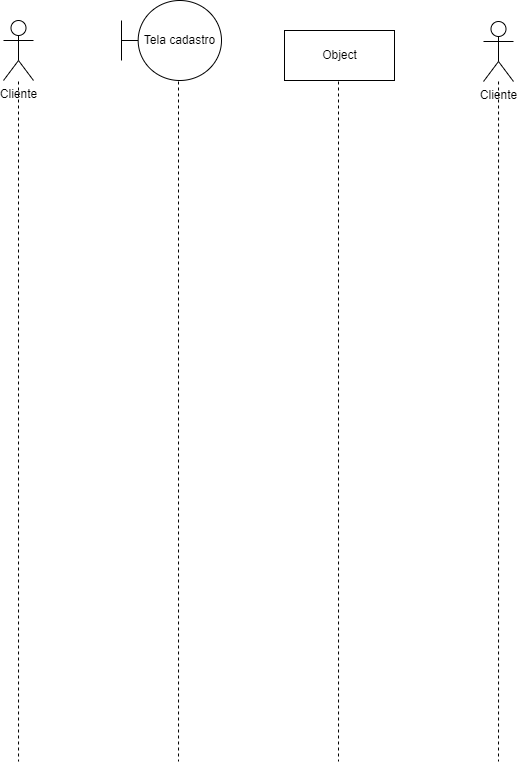
Before: MarketDiagramasDeSequencia/MarketSequencia01.drawio.png, a diagram exported from draw.io (EijiDogen/FEI_MDSMarket). Source tidied: cells renumbered, new cells last; positions are measured from the earlier drawing's top-left corner, leaving out a move shared by most shapes.
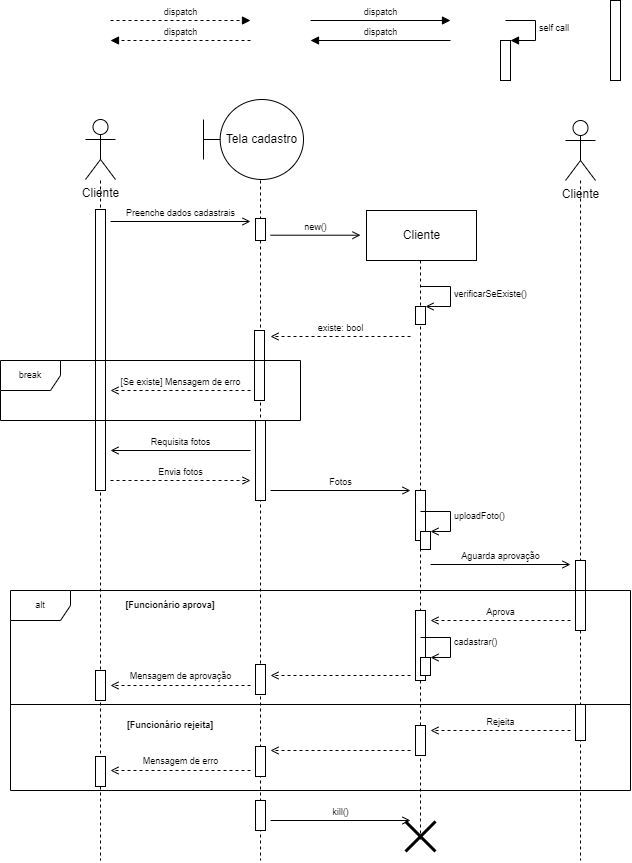
After the commit.

Change to the diagram source:
```diff
@@ -1,7 +1,7 @@
 <mxGraphModel>
   <root>
     <mxCell id="0" />
-    <mxCell id="1" parent="0" />
+    <mxCell id="1" value="Lifeline" parent="0" />
     <mxCell id="2" style="edgeStyle=orthogonalEdgeStyle;rounded=0;orthogonalLoop=1;jettySize=auto;html=1;dashed=1;endArrow=none;endFill=0;" parent="1" edge="1">
       <mxGeometry relative="1" as="geometry">
         <mxPoint x="15" y="81" as="sourcePoint" />
@@ -23,8 +23,8 @@
     </mxCell>
     <mxCell id="4" style="edgeStyle=orthogonalEdgeStyle;rounded=0;orthogonalLoop=1;jettySize=auto;html=1;dashed=1;endArrow=none;endFill=0;" parent="1" edge="1">
       <mxGeometry relative="1" as="geometry">
-        <mxPoint x="335" y="81" as="sourcePoint" />
-        <mxPoint x="335" y="761" as="targetPoint" />
+        <mxPoint x="335" y="161" as="sourcePoint" />
+        <mxPoint x="335" y="741" as="targetPoint" />
         <Array as="points">
           <mxPoint x="335" y="721" />
         </Array>
@@ -45,11 +45,245 @@
     <mxCell id="7" value="Tela cadastro" style="shape=umlBoundary;whiteSpace=wrap;html=1;" parent="1" vertex="1">
       <mxGeometry x="118" width="100" height="80" as="geometry" />
     </mxCell>
-    <mxCell id="8" value="Object" style="html=1;" parent="1" vertex="1">
-      <mxGeometry x="281" y="30" width="110" height="50" as="geometry" />
+    <mxCell id="8" value="Cliente" style="html=1;" parent="1" vertex="1">
+      <mxGeometry x="281" y="111" width="110" height="50" as="geometry" />
     </mxCell>
     <mxCell id="9" value="Cliente" style="shape=umlActor;verticalLabelPosition=bottom;verticalAlign=top;html=1;" parent="1" vertex="1">
       <mxGeometry x="480" y="21" width="30" height="60" as="geometry" />
     </mxCell>
+    <mxCell id="10" value="new()" style="html=1;verticalAlign=bottom;endArrow=open;rounded=0;fontSize=9;endFill=0;" parent="1" edge="1">
+      <mxGeometry relative="1" as="geometry">
+        <mxPoint x="185" y="135.7" as="sourcePoint" />
+        <mxPoint x="275" y="135.7" as="targetPoint" />
+      </mxGeometry>
+    </mxCell>
+    <mxCell id="11" value="Active" parent="0" />
+    <mxCell id="12" style="html=1;perimeter=orthogonalPerimeter;fontSize=9;" parent="11" vertex="1">
+      <mxGeometry x="525" y="-99" width="10" height="80" as="geometry" />
+    </mxCell>
+    <mxCell id="13" style="html=1;perimeter=orthogonalPerimeter;fontSize=9;" parent="11" vertex="1">
+      <mxGeometry x="10" y="110" width="10" height="281" as="geometry" />
+    </mxCell>
+    <mxCell id="14" style="html=1;perimeter=orthogonalPerimeter;fontSize=9;" parent="11" vertex="1">
+      <mxGeometry x="10" y="571" width="10" height="30" as="geometry" />
+    </mxCell>
+    <mxCell id="15" style="html=1;perimeter=orthogonalPerimeter;fontSize=9;" parent="11" vertex="1">
+      <mxGeometry x="10" y="657" width="10" height="30" as="geometry" />
+    </mxCell>
+    <mxCell id="16" style="html=1;perimeter=orthogonalPerimeter;fontSize=9;" parent="11" vertex="1">
+      <mxGeometry x="170" y="119" width="10" height="22" as="geometry" />
+    </mxCell>
+    <mxCell id="17" style="html=1;perimeter=orthogonalPerimeter;fontSize=9;" parent="11" vertex="1">
+      <mxGeometry x="169" y="231" width="10" height="70" as="geometry" />
+    </mxCell>
+    <mxCell id="18" style="html=1;perimeter=orthogonalPerimeter;fontSize=9;" parent="11" vertex="1">
+      <mxGeometry x="170" y="321" width="10" height="80" as="geometry" />
+    </mxCell>
+    <mxCell id="19" style="html=1;perimeter=orthogonalPerimeter;fontSize=9;" parent="11" vertex="1">
+      <mxGeometry x="330" y="391" width="10" height="50" as="geometry" />
+    </mxCell>
+    <mxCell id="20" style="html=1;perimeter=orthogonalPerimeter;fontSize=9;" parent="11" vertex="1">
+      <mxGeometry x="490" y="461" width="10" height="70" as="geometry" />
+    </mxCell>
+    <mxCell id="21" style="html=1;perimeter=orthogonalPerimeter;fontSize=9;" parent="11" vertex="1">
+      <mxGeometry x="490" y="605" width="10" height="36" as="geometry" />
+    </mxCell>
+    <mxCell id="22" style="html=1;perimeter=orthogonalPerimeter;fontSize=9;" parent="11" vertex="1">
+      <mxGeometry x="330" y="511" width="10" height="70" as="geometry" />
+    </mxCell>
+    <mxCell id="23" style="html=1;perimeter=orthogonalPerimeter;fontSize=9;" parent="11" vertex="1">
+      <mxGeometry x="330" y="626" width="10" height="30" as="geometry" />
+    </mxCell>
+    <mxCell id="24" style="html=1;perimeter=orthogonalPerimeter;fontSize=9;" parent="11" vertex="1">
+      <mxGeometry x="170" y="565" width="10" height="30" as="geometry" />
+    </mxCell>
+    <mxCell id="25" style="html=1;perimeter=orthogonalPerimeter;fontSize=9;" parent="11" vertex="1">
+      <mxGeometry x="170" y="647" width="10" height="30" as="geometry" />
+    </mxCell>
+    <mxCell id="26" style="html=1;perimeter=orthogonalPerimeter;fontSize=9;" parent="11" vertex="1">
+      <mxGeometry x="170" y="701" width="10" height="30" as="geometry" />
+    </mxCell>
+    <mxCell id="27" value="Frames" parent="0" />
+    <mxCell id="28" value="break" style="shape=umlFrame;whiteSpace=wrap;html=1;fontSize=9;" parent="27" vertex="1">
+      <mxGeometry x="-85" y="261" width="300" height="60" as="geometry" />
+    </mxCell>
+    <mxCell id="29" value="alt" style="shape=umlFrame;whiteSpace=wrap;html=1;fontSize=9;" parent="27" vertex="1">
+      <mxGeometry x="-75" y="491" width="620" height="200" as="geometry" />
+    </mxCell>
+    <mxCell id="30" style="line;strokeWidth=1;fillColor=none;align=left;verticalAlign=middle;spacingTop=-1;spacingLeft=3;spacingRight=3;labelPosition=right;fontSize=9;" parent="27" vertex="1">
+      <mxGeometry x="-75" y="601" width="620" height="8" as="geometry" />
+    </mxCell>
+    <mxCell id="31" value="[Funcionário rejeita]" style="text;html=1;strokeColor=none;fillColor=none;align=center;verticalAlign=middle;whiteSpace=wrap;rounded=0;fontSize=9;fontStyle=1;" parent="27" vertex="1">
+      <mxGeometry x="35" y="611" width="100" height="30" as="geometry" />
+    </mxCell>
+    <mxCell id="32" value="[Funcionário aprova]" style="text;html=1;strokeColor=none;fillColor=none;align=center;verticalAlign=middle;whiteSpace=wrap;rounded=0;fontSize=9;fontStyle=1;" parent="27" vertex="1">
+      <mxGeometry x="35" y="491" width="100" height="30" as="geometry" />
+    </mxCell>
+    <mxCell id="33" value="Messages" parent="0" />
+    <mxCell id="34" value="Preenche dados cadastrais" style="html=1;verticalAlign=bottom;endArrow=open;rounded=0;fontSize=9;endFill=0;" parent="33" edge="1">
+      <mxGeometry relative="1" as="geometry">
+        <mxPoint x="25" y="122" as="sourcePoint" />
+        <mxPoint x="165" y="122" as="targetPoint" />
+      </mxGeometry>
+    </mxCell>
+    <mxCell id="35" value="dispatch" style="html=1;verticalAlign=bottom;endArrow=block;rounded=0;fontSize=9;" parent="33" edge="1">
+      <mxGeometry relative="1" as="geometry">
+        <mxPoint x="225" y="-79" as="sourcePoint" />
+        <mxPoint x="365" y="-79" as="targetPoint" />
+      </mxGeometry>
+    </mxCell>
+    <mxCell id="36" value="dispatch" style="html=1;verticalAlign=bottom;endArrow=block;rounded=0;dashed=1;fontSize=9;" parent="33" edge="1">
+      <mxGeometry relative="1" as="geometry">
+        <mxPoint x="25" y="-79" as="sourcePoint" />
+        <mxPoint x="165" y="-79" as="targetPoint" />
+      </mxGeometry>
+    </mxCell>
+    <mxCell id="37" value="dispatch" style="html=1;verticalAlign=bottom;endArrow=block;rounded=0;fontSize=9;" parent="33" edge="1">
+      <mxGeometry relative="1" as="geometry">
+        <mxPoint x="365" y="-59" as="sourcePoint" />
+        <mxPoint x="225" y="-59" as="targetPoint" />
+      </mxGeometry>
+    </mxCell>
+    <mxCell id="38" value="dispatch" style="html=1;verticalAlign=bottom;endArrow=block;rounded=0;dashed=1;fontSize=9;" parent="33" edge="1">
+      <mxGeometry relative="1" as="geometry">
+        <mxPoint x="165" y="-59" as="sourcePoint" />
+        <mxPoint x="25" y="-59" as="targetPoint" />
+      </mxGeometry>
+    </mxCell>
+    <mxCell id="39" style="html=1;points=[];perimeter=orthogonalPerimeter;fontSize=9;" parent="33" vertex="1">
+      <mxGeometry x="330" y="207" width="10" height="18" as="geometry" />
+    </mxCell>
+    <mxCell id="40" value="verificarSeExiste()" style="edgeStyle=orthogonalEdgeStyle;html=1;align=left;spacingLeft=2;endArrow=open;rounded=0;entryX=1;entryY=0;fontSize=9;endFill=0;" parent="33" edge="1" target="39">
+      <mxGeometry relative="1" as="geometry">
+        <mxPoint x="335" y="187" as="sourcePoint" />
+        <Array as="points">
+          <mxPoint x="365" y="187" />
+        </Array>
+      </mxGeometry>
+    </mxCell>
+    <mxCell id="41" style="html=1;points=[];perimeter=orthogonalPerimeter;fontSize=9;" parent="33" vertex="1">
+      <mxGeometry x="415" y="-59" width="10" height="40" as="geometry" />
+    </mxCell>
+    <mxCell id="42" value="self call" style="edgeStyle=orthogonalEdgeStyle;html=1;align=left;spacingLeft=2;endArrow=block;rounded=0;entryX=1;entryY=0;fontSize=9;" parent="33" edge="1" target="41">
+      <mxGeometry relative="1" as="geometry">
+        <mxPoint x="420" y="-79" as="sourcePoint" />
+        <Array as="points">
+          <mxPoint x="450" y="-79" />
+        </Array>
+      </mxGeometry>
+    </mxCell>
+    <mxCell id="43" value="existe: bool" style="html=1;verticalAlign=bottom;endArrow=open;rounded=0;fontSize=9;dashed=1;endFill=0;" parent="33" edge="1">
+      <mxGeometry relative="1" as="geometry">
+        <mxPoint x="325" y="237" as="sourcePoint" />
+        <mxPoint x="185" y="237" as="targetPoint" />
+      </mxGeometry>
+    </mxCell>
+    <mxCell id="44" value="Requisita fotos" style="html=1;verticalAlign=bottom;endArrow=open;rounded=0;fontSize=9;endFill=0;" parent="33" edge="1">
+      <mxGeometry relative="1" as="geometry">
+        <mxPoint x="165" y="351" as="sourcePoint" />
+        <mxPoint x="25" y="351" as="targetPoint" />
+      </mxGeometry>
+    </mxCell>
+    <mxCell id="45" value="Envia fotos" style="html=1;verticalAlign=bottom;endArrow=open;rounded=0;dashed=1;fontSize=9;endFill=0;" parent="33" edge="1">
+      <mxGeometry relative="1" as="geometry">
+        <mxPoint x="25" y="381" as="sourcePoint" />
+        <mxPoint x="165" y="381" as="targetPoint" />
+      </mxGeometry>
+    </mxCell>
+    <mxCell id="46" value="Fotos" style="html=1;verticalAlign=bottom;endArrow=open;rounded=0;fontSize=9;endFill=0;" parent="33" edge="1">
+      <mxGeometry relative="1" as="geometry">
+        <mxPoint x="185" y="391" as="sourcePoint" />
+        <mxPoint x="325" y="391" as="targetPoint" />
+      </mxGeometry>
+    </mxCell>
+    <mxCell id="47" style="html=1;points=[];perimeter=orthogonalPerimeter;fontSize=9;" parent="33" vertex="1">
+      <mxGeometry x="335" y="432" width="10" height="18" as="geometry" />
+    </mxCell>
+    <mxCell id="48" value="uploadFoto()" style="edgeStyle=orthogonalEdgeStyle;html=1;align=left;spacingLeft=2;endArrow=open;rounded=0;entryX=1;entryY=0;fontSize=9;endFill=0;" parent="33" edge="1" target="47">
+      <mxGeometry relative="1" as="geometry">
+        <mxPoint x="335" y="412" as="sourcePoint" />
+        <Array as="points">
+          <mxPoint x="365" y="412" />
+        </Array>
+      </mxGeometry>
+    </mxCell>
+    <mxCell id="49" value="Aguarda aprovação" style="html=1;verticalAlign=bottom;endArrow=open;rounded=0;fontSize=9;endFill=0;" parent="33" edge="1">
+      <mxGeometry relative="1" as="geometry">
+        <mxPoint x="345" y="465" as="sourcePoint" />
+        <mxPoint x="485" y="465" as="targetPoint" />
+      </mxGeometry>
+    </mxCell>
+    <mxCell id="50" value="Aprova" style="html=1;verticalAlign=bottom;endArrow=open;rounded=0;dashed=1;fontSize=9;endFill=0;" parent="33" edge="1">
+      <mxGeometry relative="1" as="geometry">
+        <mxPoint x="485" y="521" as="sourcePoint" />
+        <mxPoint x="345" y="521" as="targetPoint" />
+      </mxGeometry>
+    </mxCell>
+    <mxCell id="51" value="[Se existe] Mensagem de erro" style="html=1;verticalAlign=bottom;endArrow=open;rounded=0;fontSize=9;dashed=1;endFill=0;" parent="33" edge="1">
+      <mxGeometry relative="1" as="geometry">
+        <mxPoint x="165" y="291" as="sourcePoint" />
+        <mxPoint x="25" y="291" as="targetPoint" />
+      </mxGeometry>
+    </mxCell>
+    <mxCell id="52" style="html=1;points=[];perimeter=orthogonalPerimeter;fontSize=9;" parent="33" vertex="1">
+      <mxGeometry x="335" y="558" width="10" height="18" as="geometry" />
+    </mxCell>
+    <mxCell id="53" value="cadastrar()" style="edgeStyle=orthogonalEdgeStyle;html=1;align=left;spacingLeft=2;endArrow=open;rounded=0;entryX=1;entryY=0;fontSize=9;endFill=0;" parent="33" edge="1" target="52">
+      <mxGeometry relative="1" as="geometry">
+        <mxPoint x="335" y="538" as="sourcePoint" />
+        <Array as="points">
+          <mxPoint x="365" y="538" />
+        </Array>
+      </mxGeometry>
+    </mxCell>
+    <mxCell id="54" style="html=1;verticalAlign=bottom;endArrow=open;rounded=0;dashed=1;fontSize=9;endFill=0;" parent="33" edge="1">
+      <mxGeometry relative="1" as="geometry">
+        <mxPoint x="325" y="576" as="sourcePoint" />
+        <mxPoint x="185" y="576" as="targetPoint" />
+      </mxGeometry>
+    </mxCell>
+    <mxCell id="55" style="html=1;verticalAlign=bottom;endArrow=open;rounded=0;dashed=1;fontSize=9;endFill=0;" parent="33" edge="1">
+      <mxGeometry relative="1" as="geometry">
+        <mxPoint x="165" y="586" as="sourcePoint" />
+        <mxPoint x="25" y="586" as="targetPoint" />
+      </mxGeometry>
+    </mxCell>
+    <mxCell id="56" value="Mensagem de aprovação" style="edgeLabel;html=1;align=center;verticalAlign=middle;fontSize=9;" parent="55" vertex="1">
+      <mxGeometry x="0.16" y="-3" relative="1" as="geometry">
+        <mxPoint x="11" y="-7" as="offset" />
+      </mxGeometry>
+    </mxCell>
+    <mxCell id="57" value="kill()" style="html=1;verticalAlign=bottom;endArrow=open;rounded=0;fontSize=9;endFill=0;" parent="33" edge="1">
+      <mxGeometry relative="1" as="geometry">
+        <mxPoint x="185" y="721" as="sourcePoint" />
+        <mxPoint x="325" y="721" as="targetPoint" />
+      </mxGeometry>
+    </mxCell>
+    <mxCell id="58" value="Rejeita" style="html=1;verticalAlign=bottom;endArrow=open;rounded=0;dashed=1;fontSize=9;endFill=0;" parent="33" edge="1">
+      <mxGeometry relative="1" as="geometry">
+        <mxPoint x="485" y="631" as="sourcePoint" />
+        <mxPoint x="345" y="631" as="targetPoint" />
+      </mxGeometry>
+    </mxCell>
+    <mxCell id="59" style="html=1;verticalAlign=bottom;endArrow=open;rounded=0;dashed=1;fontSize=9;endFill=0;" parent="33" edge="1">
+      <mxGeometry relative="1" as="geometry">
+        <mxPoint x="325" y="651" as="sourcePoint" />
+        <mxPoint x="185" y="651" as="targetPoint" />
+      </mxGeometry>
+    </mxCell>
+    <mxCell id="60" style="html=1;verticalAlign=bottom;endArrow=open;rounded=0;dashed=1;fontSize=9;endFill=0;" parent="33" edge="1">
+      <mxGeometry relative="1" as="geometry">
+        <mxPoint x="165" y="671" as="sourcePoint" />
+        <mxPoint x="25" y="671" as="targetPoint" />
+      </mxGeometry>
+    </mxCell>
+    <mxCell id="61" value="Mensagem de erro" style="edgeLabel;html=1;align=center;verticalAlign=middle;fontSize=9;" parent="60" vertex="1">
+      <mxGeometry x="-0.22" y="-1" relative="1" as="geometry">
+        <mxPoint x="-16" y="-9" as="offset" />
+      </mxGeometry>
+    </mxCell>
+    <mxCell id="62" style="shape=umlDestroy;whiteSpace=wrap;html=1;strokeWidth=3;fontSize=9;" parent="33" vertex="1">
+      <mxGeometry x="320" y="722" width="30" height="30" as="geometry" />
+    </mxCell>
   </root>
 </mxGraphModel>
```
